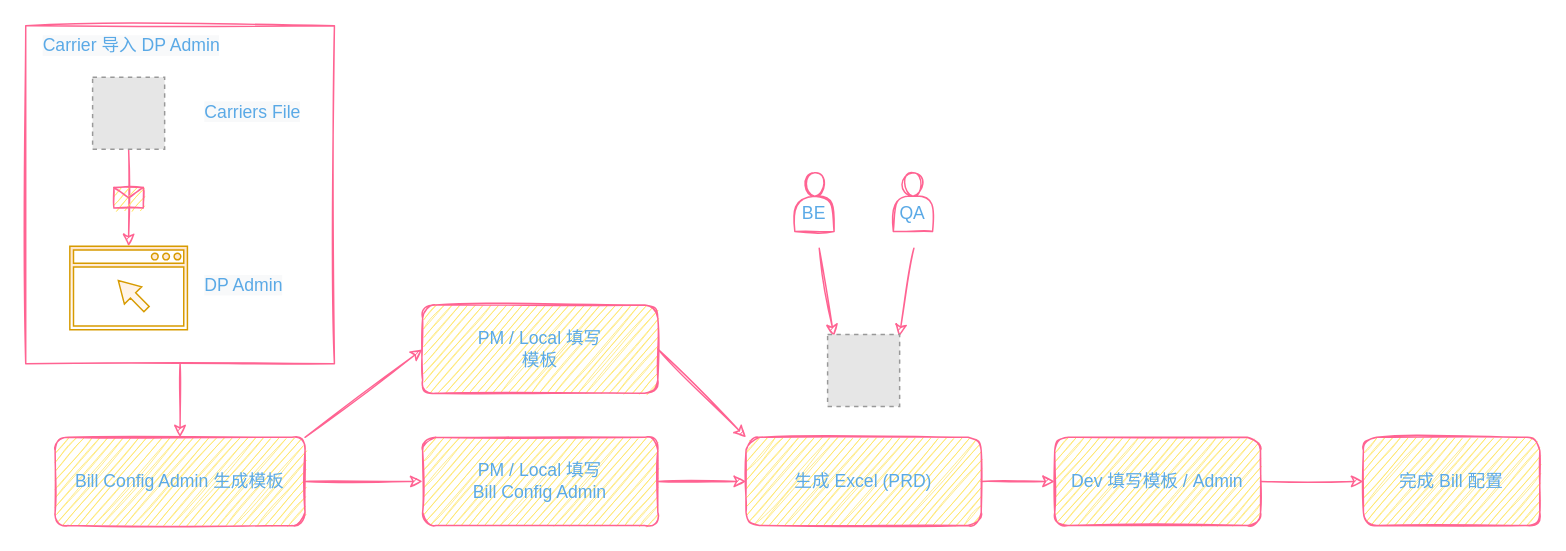
Before: Untitled Diagram.drawio in Darkindom/draw-the-diagrams, a draw.io diagram. Source tidied: cells renumbered, new cells numbered last; positions are measured from the earlier drawing's top-left corner, leaving out a move shared by most shapes. Both pictures are drawn from the tidied source at 147%, with x=0, y=0 at pixel (25, 25). Pictures stored in the file or linked from it are replaced by grey dashed boxes.
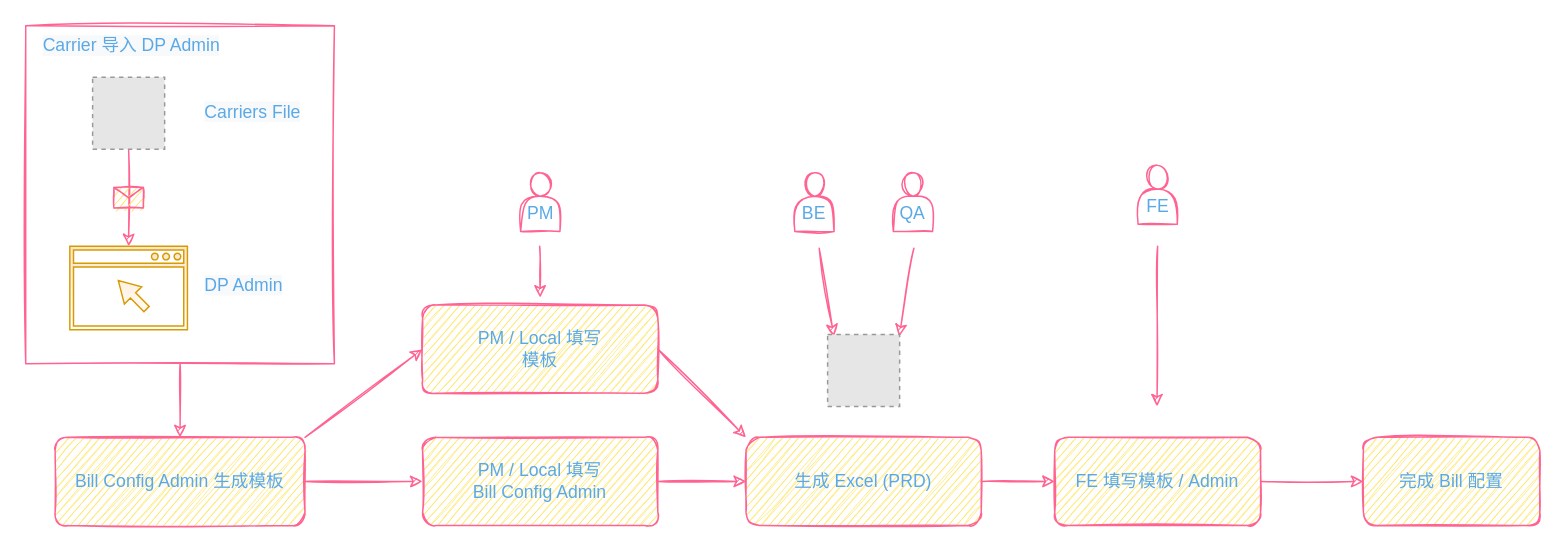
The same page after the edit.

Diff of the diagram source:
```diff
@@
-    <mxCell id="17" value="Dev 填写模板 / Admin" style="fillColor=#FFE45E;strokeColor=#FF6392;fontColor=#5AA9E6;rounded=1;glass=0;strokeWidth=1;shadow=0;sketch=1;align=center;whiteSpace=wrap;html=1;labelBackgroundColor=none;labelBorderColor=none;" parent="1" vertex="1">
+    <mxCell id="17" value="FE 填写模板 / Admin" style="fillColor=#FFE45E;strokeColor=#FF6392;fontColor=#5AA9E6;rounded=1;glass=0;strokeWidth=1;shadow=0;sketch=1;align=center;whiteSpace=wrap;html=1;labelBackgroundColor=none;labelBorderColor=none;" parent="1" vertex="1">
       <mxGeometry x="700" y="280" width="140" height="60" as="geometry" />
     </mxCell>
@@
+    <mxCell id="28" value="&lt;br&gt;FE" style="shape=actor;whiteSpace=wrap;html=1;rounded=0;labelBackgroundColor=none;labelBorderColor=none;sketch=1;fontColor=#5AA9E6;strokeColor=#FF6392;fillColor=none;" parent="1" vertex="1">
+      <mxGeometry x="756.7" y="95" width="26.7" height="40" as="geometry" />
+    </mxCell>
+    <mxCell id="29" value="&lt;br&gt;PM" style="shape=actor;whiteSpace=wrap;html=1;rounded=0;labelBackgroundColor=none;labelBorderColor=none;sketch=1;fontColor=#5AA9E6;strokeColor=#FF6392;fillColor=none;" parent="1" vertex="1">
+      <mxGeometry x="336.7" y="100" width="26.7" height="40" as="geometry" />
+    </mxCell>
+    <mxCell id="30" style="endArrow=classic;html=1;rounded=1;sketch=1;fontSize=12;fontColor=#5AA9E6;strokeColor=#FF6392;fillColor=#FFE45E;curved=0;" parent="1" edge="1">
+      <mxGeometry relative="1" as="geometry">
+        <mxPoint x="770" y="150" as="sourcePoint" />
+        <mxPoint x="769.6" y="259" as="targetPoint" />
+      </mxGeometry>
+    </mxCell>
+    <mxCell id="31" style="endArrow=classic;html=1;rounded=1;sketch=1;fontSize=12;fontColor=#5AA9E6;strokeColor=#FF6392;fillColor=#FFE45E;curved=0;" parent="1" edge="1">
+      <mxGeometry relative="1" as="geometry">
+        <mxPoint x="349.6" y="150" as="sourcePoint" />
+        <mxPoint x="350" y="185" as="targetPoint" />
+      </mxGeometry>
+    </mxCell>
```
